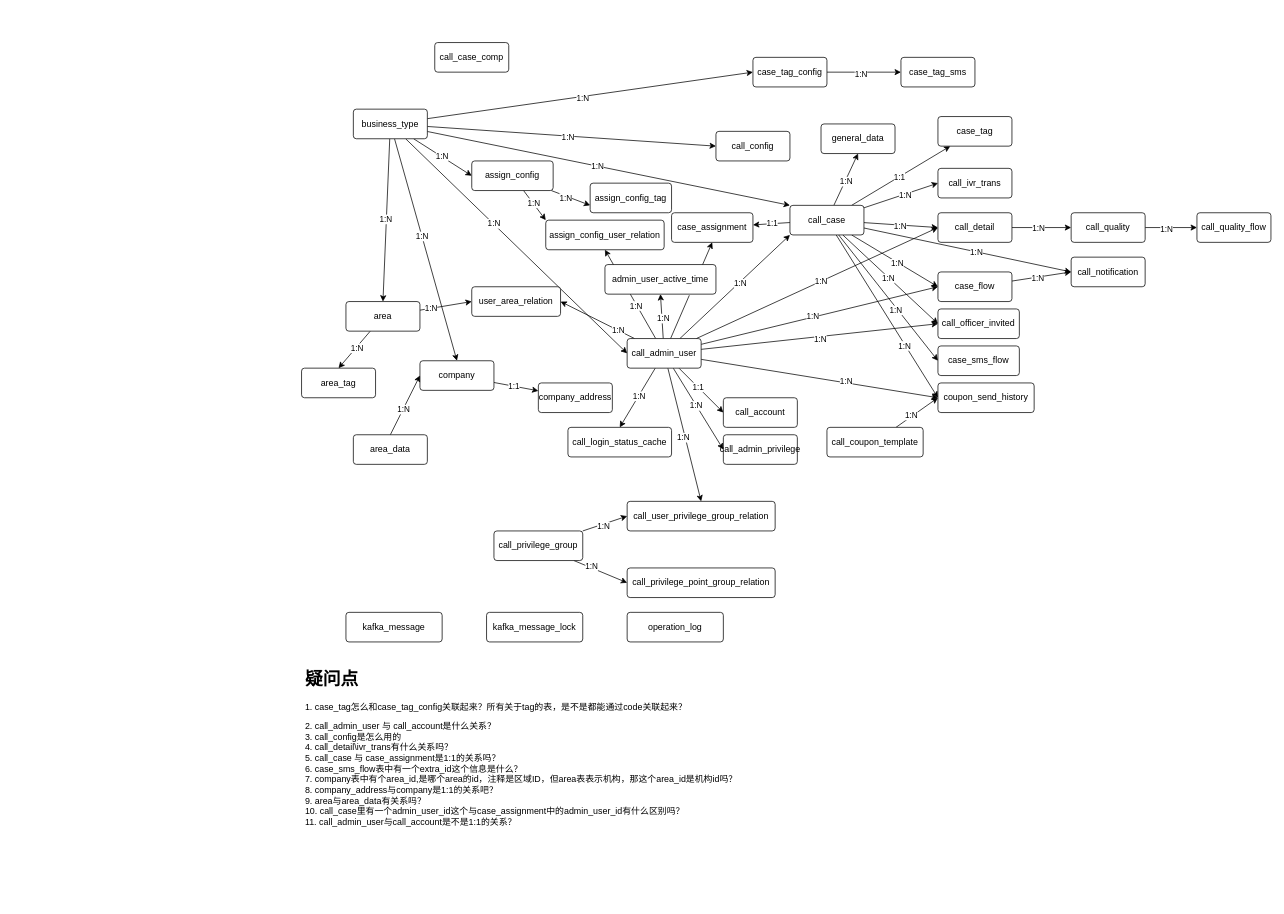
ABIN-DS/flowchart keeps this draw.io diagram as 电销系统-数据架构.drawio. Above is the earlier version. Source tidied: cells renumbered, new cells numbered last; positions are measured from the earlier drawing's top-left corner, leaving out a move shared by most shapes. Both pictures are drawn from the tidied source at 74%, with x=0, y=0 at pixel (301, 42).
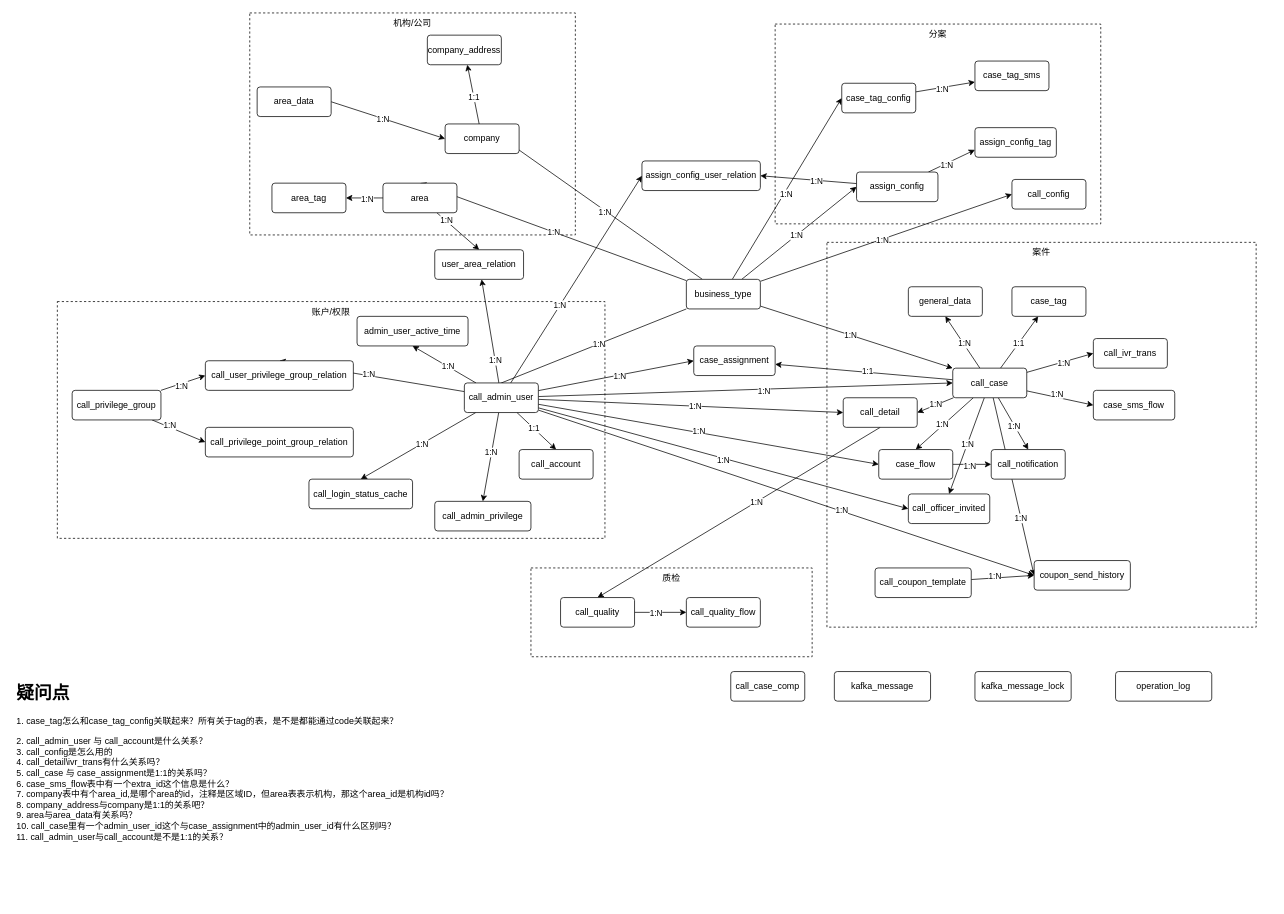
After the change.

Commit message (it also covers changes not shown here):
更新电销系统-数据架构.drawio

Unchanged cells that the change refers to:
```xml
<mxCell id="16" style="edgeStyle=none;rounded=0;jettySize=auto;html=1;entryX=0;entryY=0.5;entryDx=0;entryDy=0;" parent="1" edge="1" source="22" target="100">
  <mxGeometry relative="1" as="geometry" />
</mxCell>
```

The edit, as a diff of the source:
```diff
@@
+    <mxCell id="128" value="分案" style="rounded=0;whiteSpace=wrap;html=1;verticalAlign=top;dashed=1;" parent="1" vertex="1">
+      <mxGeometry x="640" y="-25" width="440" height="270" as="geometry" />
+    </mxCell>
+    <mxCell id="129" value="质检" style="rounded=0;whiteSpace=wrap;html=1;verticalAlign=top;dashed=1;" parent="1" vertex="1">
+      <mxGeometry x="310" y="710" width="380" height="120" as="geometry" />
+    </mxCell>
+    <mxCell id="130" value="案件" style="rounded=0;whiteSpace=wrap;html=1;verticalAlign=top;dashed=1;" parent="1" vertex="1">
+      <mxGeometry x="710" y="270" width="580" height="520" as="geometry" />
+    </mxCell>
+    <mxCell id="131" value="账户/权限" style="rounded=0;whiteSpace=wrap;html=1;verticalAlign=top;dashed=1;" parent="1" vertex="1">
+      <mxGeometry x="-330" y="350" width="740" height="320" as="geometry" />
+    </mxCell>
+    <mxCell id="132" value="机构/公司" style="rounded=0;whiteSpace=wrap;html=1;verticalAlign=top;dashed=1;" parent="1" vertex="1">
+      <mxGeometry x="-70" y="-40" width="440" height="300" as="geometry" />
+    </mxCell>
@@
-    <mxCell id="4" style="edgeStyle=none;rounded=0;jettySize=auto;html=1;entryX=0;entryY=0.5;entryDx=0;entryDy=0;" parent="1" edge="1" source="22" target="68">
+    <mxCell id="4" style="edgeStyle=none;rounded=0;jettySize=auto;html=1;entryX=1;entryY=0.5;entryDx=0;entryDy=0;" parent="1" edge="1" source="22" target="68">
       <mxGeometry relative="1" as="geometry" />
     </mxCell>
@@
-    <mxCell id="6" style="edgeStyle=none;rounded=0;jettySize=auto;html=1;entryX=0;entryY=0.5;entryDx=0;entryDy=0;" parent="1" edge="1" source="22" target="71">
+    <mxCell id="6" style="edgeStyle=none;rounded=0;jettySize=auto;html=1;entryX=0.5;entryY=0;entryDx=0;entryDy=0;" parent="1" edge="1" source="22" target="71">
       <mxGeometry relative="1" as="geometry" />
     </mxCell>
@@
-    <mxCell id="10" style="edgeStyle=none;rounded=0;jettySize=auto;html=1;entryX=0;entryY=0.5;entryDx=0;entryDy=0;" parent="1" edge="1" source="22" target="86">
+    <mxCell id="10" style="edgeStyle=none;rounded=0;jettySize=auto;html=1;entryX=0.5;entryY=0;entryDx=0;entryDy=0;" parent="1" edge="1" source="22" target="86">
       <mxGeometry relative="1" as="geometry" />
     </mxCell>
@@
-    <mxCell id="12" style="edgeStyle=none;rounded=0;jettySize=auto;html=1;entryX=0;entryY=0.5;entryDx=0;entryDy=0;" parent="1" edge="1" source="22" target="87">
+    <mxCell id="12" style="edgeStyle=none;rounded=0;jettySize=auto;html=1;entryX=0.5;entryY=0;entryDx=0;entryDy=0;" parent="1" edge="1" source="22" target="87">
       <mxGeometry relative="1" as="geometry" />
     </mxCell>
@@
     <mxCell id="17" value="1:N" style="edgeLabel;html=1;align=center;verticalAlign=middle;" parent="16" vertex="1">
-      <mxGeometry x="0.17" y="-3" relative="1" as="geometry" />
+      <mxGeometry x="0.17" y="-3" relative="1" as="geometry">
+        <mxPoint x="-12" y="-10" as="offset" />
+      </mxGeometry>
     </mxCell>
@@
     <mxCell id="22" value="call_case" style="rounded=1;arcSize=10;whiteSpace=wrap;html=1;align=center;" parent="1" vertex="1">
-      <mxGeometry x="660" y="220" width="100" height="40" as="geometry" />
+      <mxGeometry x="880" y="440" width="100" height="40" as="geometry" />
     </mxCell>
     <mxCell id="23" value="case_tag" style="rounded=1;arcSize=10;whiteSpace=wrap;html=1;align=center;" parent="1" vertex="1">
-      <mxGeometry x="860" y="100" width="100" height="40" as="geometry" />
+      <mxGeometry x="960" y="330" width="100" height="40" as="geometry" />
     </mxCell>
@@
     <mxCell id="38" value="business_type" style="rounded=1;arcSize=10;whiteSpace=wrap;html=1;align=center;" parent="1" vertex="1">
-      <mxGeometry x="70" y="90" width="100" height="40" as="geometry" />
+      <mxGeometry x="520" y="320" width="100" height="40" as="geometry" />
     </mxCell>
-    <mxCell id="39" style="edgeStyle=none;rounded=0;jettySize=auto;html=1;entryX=0;entryY=1;entryDx=0;entryDy=0;" parent="1" edge="1" source="65" target="22">
+    <mxCell id="39" style="edgeStyle=none;rounded=0;jettySize=auto;html=1;entryX=0;entryY=0.5;entryDx=0;entryDy=0;" parent="1" edge="1" source="65" target="22">
       <mxGeometry relative="1" as="geometry" />
     </mxCell>
@@
-    <mxCell id="45" style="edgeStyle=none;rounded=0;jettySize=auto;html=1;entryX=0;entryY=0.5;entryDx=0;entryDy=0;" parent="1" edge="1" source="65" target="78">
+    <mxCell id="45" style="edgeStyle=none;rounded=0;jettySize=auto;html=1;entryX=0.5;entryY=0;entryDx=0;entryDy=0;" parent="1" edge="1" source="65" target="78">
       <mxGeometry relative="1" as="geometry" />
     </mxCell>
@@
-    <mxCell id="47" style="edgeStyle=none;rounded=0;jettySize=auto;html=1;entryX=0;entryY=0.5;entryDx=0;entryDy=0;" parent="1" edge="1" source="65" target="79">
+    <mxCell id="47" style="edgeStyle=none;rounded=0;jettySize=auto;html=1;entryX=0.5;entryY=0;entryDx=0;entryDy=0;" parent="1" edge="1" source="65" target="79">
       <mxGeometry relative="1" as="geometry" />
     </mxCell>
@@
-    <mxCell id="55" style="edgeStyle=none;rounded=0;jettySize=auto;html=1;entryX=0.5;entryY=1;entryDx=0;entryDy=0;" parent="1" edge="1" source="65" target="99">
+    <mxCell id="55" style="edgeStyle=none;rounded=0;jettySize=auto;html=1;entryX=0;entryY=0.5;entryDx=0;entryDy=0;" parent="1" edge="1" source="65" target="99">
       <mxGeometry relative="1" as="geometry" />
     </mxCell>
@@
-    <mxCell id="59" style="edgeStyle=none;rounded=0;jettySize=auto;html=1;entryX=1;entryY=0.5;entryDx=0;entryDy=0;" parent="1" edge="1" source="65" target="117">
+    <mxCell id="59" style="edgeStyle=none;rounded=0;jettySize=auto;html=1;" parent="1" edge="1" source="65" target="117">
       <mxGeometry relative="1" as="geometry" />
     </mxCell>
@@
-    <mxCell id="63" style="edgeStyle=none;rounded=0;jettySize=auto;html=1;entryX=0.5;entryY=1;entryDx=0;entryDy=0;" parent="1" edge="1" source="65" target="127">
+    <mxCell id="63" style="edgeStyle=none;rounded=0;jettySize=auto;html=1;entryX=0;entryY=0.5;entryDx=0;entryDy=0;" parent="1" edge="1" source="65" target="127">
       <mxGeometry relative="1" as="geometry" />
     </mxCell>
@@
     <mxCell id="65" value="call_admin_user" style="rounded=1;arcSize=10;whiteSpace=wrap;html=1;align=center;" parent="1" vertex="1">
-      <mxGeometry x="440" y="400" width="100" height="40" as="geometry" />
+      <mxGeometry x="220" y="460" width="100" height="40" as="geometry" />
     </mxCell>
-    <mxCell id="66" style="edgeStyle=none;rounded=0;jettySize=auto;html=1;entryX=0;entryY=0.5;entryDx=0;entryDy=0;" parent="1" edge="1" source="68" target="96">
+    <mxCell id="66" style="edgeStyle=none;rounded=0;jettySize=auto;html=1;entryX=0.5;entryY=0;entryDx=0;entryDy=0;exitX=0.5;exitY=1;exitDx=0;exitDy=0;" parent="1" edge="1" source="68" target="96">
       <mxGeometry relative="1" as="geometry" />
     </mxCell>
@@
     <mxCell id="68" value="call_detail" style="rounded=1;arcSize=10;whiteSpace=wrap;html=1;align=center;" parent="1" vertex="1">
-      <mxGeometry x="860" y="230" width="100" height="40" as="geometry" />
+      <mxGeometry x="732" y="480" width="100" height="40" as="geometry" />
     </mxCell>
@@
     <mxCell id="71" value="case_flow" style="rounded=1;arcSize=10;whiteSpace=wrap;html=1;align=center;" parent="1" vertex="1">
-      <mxGeometry x="860" y="310" width="100" height="40" as="geometry" />
+      <mxGeometry x="780" y="550" width="100" height="40" as="geometry" />
     </mxCell>
@@
     <mxCell id="74" value="case_tag_config" style="rounded=1;arcSize=10;whiteSpace=wrap;html=1;align=center;" parent="1" vertex="1">
-      <mxGeometry x="610" y="20" width="100" height="40" as="geometry" />
+      <mxGeometry x="730" y="55" width="100" height="40" as="geometry" />
     </mxCell>
     <mxCell id="75" value="case_tag_sms" style="rounded=1;arcSize=10;whiteSpace=wrap;html=1;align=center;" parent="1" vertex="1">
-      <mxGeometry x="810" y="20" width="100" height="40" as="geometry" />
+      <mxGeometry x="910" y="25" width="100" height="40" as="geometry" />
     </mxCell>
     <mxCell id="76" value="&lt;h1&gt;疑问点&lt;/h1&gt;&lt;p&gt;1. case_tag怎么和case_tag_config关联起来？所有关于tag的表，是不是都能通过code关联起来？&lt;/p&gt;2. call_admin_user 与 call_account是什么关系？&lt;br&gt;3.&amp;nbsp;call_config是怎么用的&lt;br&gt;4. call_detail\ivr_trans有什么关系吗？&lt;br&gt;5.&amp;nbsp;call_case 与 case_assignment是1:1的关系吗？&lt;br&gt;6.&amp;nbsp;case_sms_flow表中有一个extra_id这个信息是什么？&lt;br&gt;7. company表中有个area_id,是哪个area的id，注释是区域ID，但area表表示机构，那这个area_id是机构id吗？&lt;br&gt;8.&amp;nbsp;company_address与company是1:1的关系吧？&lt;br&gt;9. area与area_data有关系吗？&lt;br&gt;10.&amp;nbsp;call_case里有一个admin_user_id这个与case_assignment中的admin_user_id有什么区别吗？&lt;br&gt;11.&amp;nbsp;call_admin_user与call_account是不是1:1的关系？" style="text;html=1;strokeColor=none;fillColor=none;spacing=5;spacingTop=-20;whiteSpace=wrap;overflow=hidden;rounded=0;" parent="1" vertex="1">
-      <mxGeometry y="840" width="680" height="300" as="geometry" />
+      <mxGeometry x="-390" y="860" width="680" height="300" as="geometry" />
     </mxCell>
     <mxCell id="77" value="call_case_comp" style="rounded=1;arcSize=10;whiteSpace=wrap;html=1;align=center;" parent="1" vertex="1">
-      <mxGeometry x="180" width="100" height="40" as="geometry" />
+      <mxGeometry x="580" y="850" width="100" height="40" as="geometry" />
     </mxCell>
     <mxCell id="78" value="call_account" style="rounded=1;arcSize=10;whiteSpace=wrap;html=1;align=center;" parent="1" vertex="1">
-      <mxGeometry x="570" y="480" width="100" height="40" as="geometry" />
+      <mxGeometry x="294" y="550" width="100" height="40" as="geometry" />
     </mxCell>
     <mxCell id="79" value="call_admin_privilege" style="rounded=1;arcSize=10;whiteSpace=wrap;html=1;align=center;" parent="1" vertex="1">
-      <mxGeometry x="570" y="530" width="100" height="40" as="geometry" />
+      <mxGeometry x="180" y="620" width="130" height="40" as="geometry" />
     </mxCell>
     <mxCell id="80" value="call_config" style="rounded=1;arcSize=10;whiteSpace=wrap;html=1;align=center;" parent="1" vertex="1">
-      <mxGeometry x="560" y="120" width="100" height="40" as="geometry" />
+      <mxGeometry x="960" y="185" width="100" height="40" as="geometry" />
     </mxCell>
@@
     <mxCell id="83" value="call_coupon_template" style="rounded=1;arcSize=10;whiteSpace=wrap;html=1;align=center;" parent="1" vertex="1">
-      <mxGeometry x="710" y="520" width="130" height="40" as="geometry" />
+      <mxGeometry x="775" y="710" width="130" height="40" as="geometry" />
     </mxCell>
     <mxCell id="84" value="call_ivr_trans" style="rounded=1;arcSize=10;whiteSpace=wrap;html=1;align=center;" parent="1" vertex="1">
-      <mxGeometry x="860" y="170" width="100" height="40" as="geometry" />
+      <mxGeometry x="1070" y="400" width="100" height="40" as="geometry" />
     </mxCell>
     <mxCell id="85" value="call_login_status_cache" style="rounded=1;arcSize=10;whiteSpace=wrap;html=1;align=center;" parent="1" vertex="1">
-      <mxGeometry x="360" y="520" width="140" height="40" as="geometry" />
+      <mxGeometry x="10" y="590" width="140" height="40" as="geometry" />
     </mxCell>
     <mxCell id="86" value="call_notification" style="rounded=1;arcSize=10;whiteSpace=wrap;html=1;align=center;" parent="1" vertex="1">
-      <mxGeometry x="1040" y="290" width="100" height="40" as="geometry" />
+      <mxGeometry x="932" y="550" width="100" height="40" as="geometry" />
     </mxCell>
     <mxCell id="87" value="call_officer_invited" style="rounded=1;arcSize=10;whiteSpace=wrap;html=1;align=center;" parent="1" vertex="1">
-      <mxGeometry x="860" y="360" width="110" height="40" as="geometry" />
+      <mxGeometry x="820" y="610" width="110" height="40" as="geometry" />
     </mxCell>
@@
     <mxCell id="92" value="call_privilege_group" style="rounded=1;arcSize=10;whiteSpace=wrap;html=1;align=center;" parent="1" vertex="1">
-      <mxGeometry x="260" y="660" width="120" height="40" as="geometry" />
+      <mxGeometry x="-310" y="470" width="120" height="40" as="geometry" />
     </mxCell>
     <mxCell id="93" value="call_privilege_point_group_relation" style="rounded=1;arcSize=10;whiteSpace=wrap;html=1;align=center;" parent="1" vertex="1">
-      <mxGeometry x="440" y="710" width="200" height="40" as="geometry" />
+      <mxGeometry x="-130" y="520" width="200" height="40" as="geometry" />
     </mxCell>
@@
     <mxCell id="96" value="call_quality" style="rounded=1;arcSize=10;whiteSpace=wrap;html=1;align=center;" parent="1" vertex="1">
-      <mxGeometry x="1040" y="230" width="100" height="40" as="geometry" />
+      <mxGeometry x="350" y="750" width="100" height="40" as="geometry" />
     </mxCell>
     <mxCell id="97" value="call_quality_flow" style="rounded=1;arcSize=10;whiteSpace=wrap;html=1;align=center;" parent="1" vertex="1">
-      <mxGeometry x="1210" y="230" width="100" height="40" as="geometry" />
+      <mxGeometry x="520" y="750" width="100" height="40" as="geometry" />
     </mxCell>
     <mxCell id="98" value="call_user_privilege_group_relation" style="rounded=1;arcSize=10;whiteSpace=wrap;html=1;align=center;" parent="1" vertex="1">
-      <mxGeometry x="440" y="620" width="200" height="40" as="geometry" />
+      <mxGeometry x="-130" y="430" width="200" height="40" as="geometry" />
     </mxCell>
     <mxCell id="99" value="case_assignment" style="rounded=1;arcSize=10;whiteSpace=wrap;html=1;align=center;" parent="1" vertex="1">
-      <mxGeometry x="500" y="230" width="110" height="40" as="geometry" />
+      <mxGeometry x="530" y="410" width="110" height="40" as="geometry" />
     </mxCell>
     <mxCell id="100" value="case_sms_flow" style="rounded=1;arcSize=10;whiteSpace=wrap;html=1;align=center;" parent="1" vertex="1">
-      <mxGeometry x="860" y="410" width="110" height="40" as="geometry" />
+      <mxGeometry x="1070" y="470" width="110" height="40" as="geometry" />
     </mxCell>
@@
     <mxCell id="103" value="company" style="rounded=1;arcSize=10;whiteSpace=wrap;html=1;align=center;" parent="1" vertex="1">
-      <mxGeometry x="160" y="430" width="100" height="40" as="geometry" />
+      <mxGeometry x="194" y="110" width="100" height="40" as="geometry" />
     </mxCell>
-    <mxCell id="104" style="edgeStyle=none;rounded=0;jettySize=auto;html=1;entryX=0;entryY=0.5;entryDx=0;entryDy=0;exitX=0.5;exitY=0;exitDx=0;exitDy=0;" parent="1" edge="1" source="119" target="103">
+    <mxCell id="104" style="edgeStyle=none;rounded=0;jettySize=auto;html=1;entryX=0;entryY=0.5;entryDx=0;entryDy=0;exitX=1;exitY=0.5;exitDx=0;exitDy=0;" parent="1" edge="1" source="119" target="103">
       <mxGeometry relative="1" as="geometry" />
     </mxCell>
@@
-    <mxCell id="106" style="edgeStyle=none;rounded=0;jettySize=auto;html=1;entryX=0;entryY=0.5;entryDx=0;entryDy=0;" parent="1" edge="1" source="110" target="117">
+    <mxCell id="106" style="edgeStyle=none;rounded=0;jettySize=auto;html=1;entryX=0.5;entryY=0;entryDx=0;entryDy=0;" parent="1" edge="1" source="110" target="117">
       <mxGeometry relative="1" as="geometry" />
     </mxCell>
@@
-    <mxCell id="108" style="edgeStyle=none;rounded=0;jettySize=auto;html=1;entryX=0.5;entryY=0;entryDx=0;entryDy=0;" parent="1" edge="1" source="110" target="120">
+    <mxCell id="108" style="edgeStyle=none;rounded=0;jettySize=auto;html=1;entryX=1;entryY=0.5;entryDx=0;entryDy=0;" parent="1" edge="1" source="110" target="120">
       <mxGeometry relative="1" as="geometry" />
     </mxCell>
@@
     <mxCell id="110" value="area" style="rounded=1;arcSize=10;whiteSpace=wrap;html=1;align=center;" parent="1" vertex="1">
-      <mxGeometry x="60" y="350" width="100" height="40" as="geometry" />
+      <mxGeometry x="110" y="190" width="100" height="40" as="geometry" />
     </mxCell>
     <mxCell id="111" value="company_address" style="rounded=1;arcSize=10;whiteSpace=wrap;html=1;align=center;" parent="1" vertex="1">
-      <mxGeometry x="320" y="460" width="100" height="40" as="geometry" />
+      <mxGeometry x="170" y="-10" width="100" height="40" as="geometry" />
     </mxCell>
     <mxCell id="112" value="coupon_send_history" style="rounded=1;arcSize=10;whiteSpace=wrap;html=1;align=center;" parent="1" vertex="1">
-      <mxGeometry x="860" y="460" width="130" height="40" as="geometry" />
+      <mxGeometry x="990" y="700" width="130" height="40" as="geometry" />
     </mxCell>
     <mxCell id="113" value="general_data" style="rounded=1;arcSize=10;whiteSpace=wrap;html=1;align=center;" parent="1" vertex="1">
-      <mxGeometry x="702" y="110" width="100" height="40" as="geometry" />
+      <mxGeometry x="820" y="330" width="100" height="40" as="geometry" />
     </mxCell>
     <mxCell id="114" value="kafka_message" style="rounded=1;arcSize=10;whiteSpace=wrap;html=1;align=center;" parent="1" vertex="1">
-      <mxGeometry x="60" y="770" width="130" height="40" as="geometry" />
+      <mxGeometry x="720" y="850" width="130" height="40" as="geometry" />
     </mxCell>
     <mxCell id="115" value="kafka_message_lock" style="rounded=1;arcSize=10;whiteSpace=wrap;html=1;align=center;" parent="1" vertex="1">
-      <mxGeometry x="250" y="770" width="130" height="40" as="geometry" />
+      <mxGeometry x="910" y="850" width="130" height="40" as="geometry" />
     </mxCell>
     <mxCell id="116" value="operation_log" style="rounded=1;arcSize=10;whiteSpace=wrap;html=1;align=center;" parent="1" vertex="1">
-      <mxGeometry x="440" y="770" width="130" height="40" as="geometry" />
+      <mxGeometry x="1100" y="850" width="130" height="40" as="geometry" />
     </mxCell>
     <mxCell id="117" value="user_area_relation" style="rounded=1;arcSize=10;whiteSpace=wrap;html=1;align=center;" parent="1" vertex="1">
-      <mxGeometry x="230" y="330" width="120" height="40" as="geometry" />
+      <mxGeometry x="180" y="280" width="120" height="40" as="geometry" />
     </mxCell>
     <mxCell id="118" value="admin_user_active_time" style="rounded=1;arcSize=10;whiteSpace=wrap;html=1;align=center;" parent="1" vertex="1">
-      <mxGeometry x="410" y="300" width="150" height="40" as="geometry" />
+      <mxGeometry x="75" y="370" width="150" height="40" as="geometry" />
     </mxCell>
     <mxCell id="119" value="area_data" style="rounded=1;arcSize=10;whiteSpace=wrap;html=1;align=center;" parent="1" vertex="1">
-      <mxGeometry x="70" y="530" width="100" height="40" as="geometry" />
+      <mxGeometry x="-60" y="60" width="100" height="40" as="geometry" />
     </mxCell>
     <mxCell id="120" value="area_tag" style="rounded=1;arcSize=10;whiteSpace=wrap;html=1;align=center;" parent="1" vertex="1">
-      <mxGeometry y="440" width="100" height="40" as="geometry" />
+      <mxGeometry x="-40" y="190" width="100" height="40" as="geometry" />
     </mxCell>
@@
-    <mxCell id="123" style="edgeStyle=none;rounded=0;jettySize=auto;html=1;entryX=0;entryY=0;entryDx=0;entryDy=0;" parent="1" edge="1" source="125" target="127">
+    <mxCell id="123" style="edgeStyle=none;rounded=0;jettySize=auto;html=1;entryX=1;entryY=0.5;entryDx=0;entryDy=0;" parent="1" edge="1" source="125" target="127">
       <mxGeometry relative="1" as="geometry" />
     </mxCell>
@@
     <mxCell id="125" value="assign_config" style="rounded=1;arcSize=10;whiteSpace=wrap;html=1;align=center;" parent="1" vertex="1">
-      <mxGeometry x="230" y="160" width="110" height="40" as="geometry" />
+      <mxGeometry x="750" y="175" width="110" height="40" as="geometry" />
     </mxCell>
     <mxCell id="126" value="assign_config_tag" style="rounded=1;arcSize=10;whiteSpace=wrap;html=1;align=center;" parent="1" vertex="1">
-      <mxGeometry x="390" y="190" width="110" height="40" as="geometry" />
+      <mxGeometry x="910" y="115" width="110" height="40" as="geometry" />
     </mxCell>
     <mxCell id="127" value="assign_config_user_relation" style="rounded=1;arcSize=10;whiteSpace=wrap;html=1;align=center;" parent="1" vertex="1">
-      <mxGeometry x="330" y="240" width="160" height="40" as="geometry" />
+      <mxGeometry x="460" y="160" width="160" height="40" as="geometry" />
     </mxCell>
```
